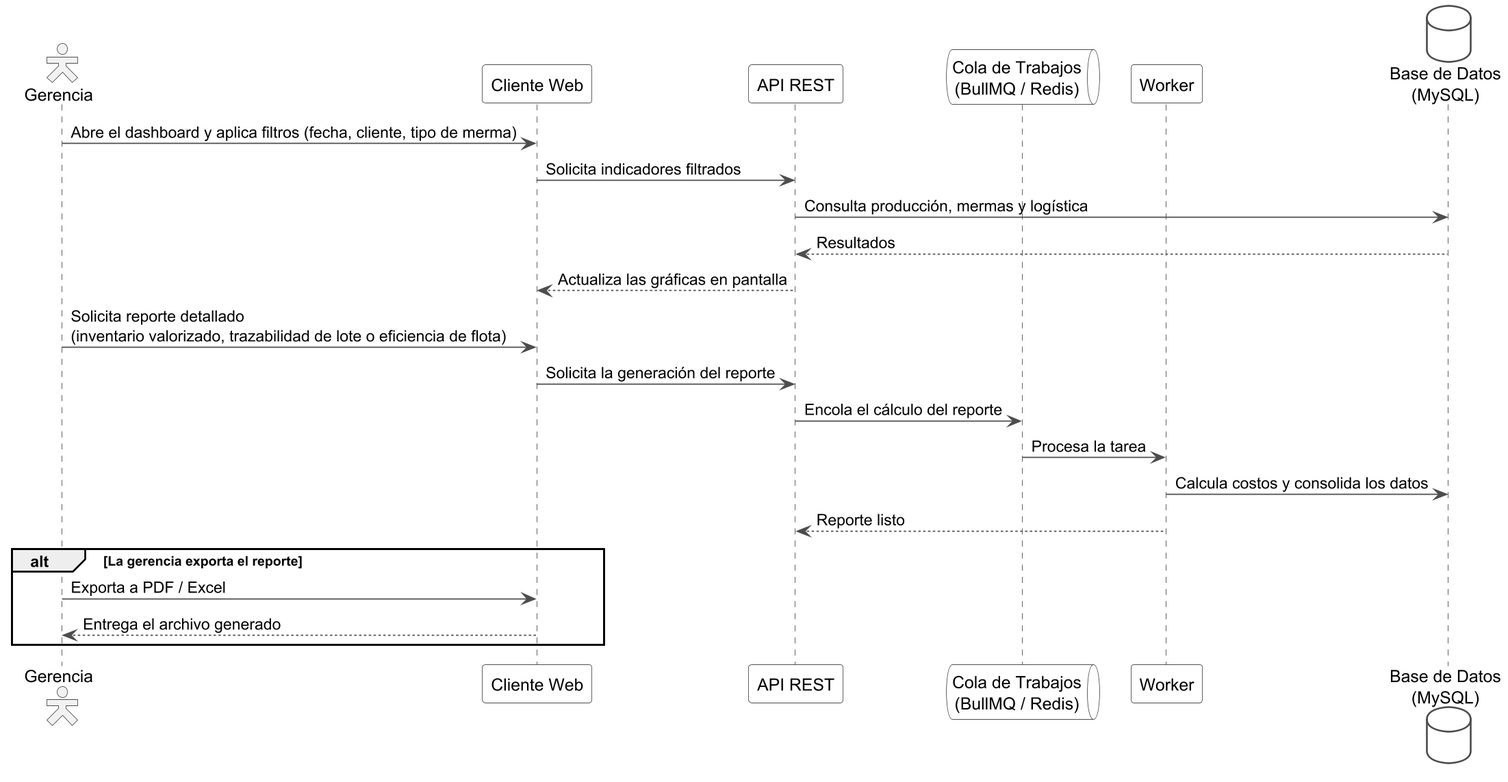
DecosUniversity/distri_yaneth_backend keeps this PlantUML diagram as diagramas/iteraciones/iteracion5_secuencia.png. Above is the earlier version. The source it was exported from:
```plantuml
@startuml iteracion5_secuencia
skinparamlocked dpi 170
skinparam shadowing false
skinparam actorStyle hollow
skinparam sequence {
  ArrowColor #4D4D4D
  LifeLineBorderColor #4D4D4D
  LifeLineBackgroundColor #F7F7F7
  ParticipantBorderColor #4D4D4D
  ParticipantBackgroundColor #FFFFFF
  ActorBorderColor #4D4D4D
  ActorBackgroundColor #F2F2F2
}
skinparam databaseBorderColor #4D4D4D
skinparam databaseBackgroundColor #FFFFFF
skinparam queueBorderColor #4D4D4D
skinparam queueBackgroundColor #FFFFFF

actor "Gerencia" as G
participant "Cliente Web" as CW
participant "API REST" as API
queue "Cola de Trabajos\n(BullMQ / Redis)" as Q
participant "Worker" as W
database "Base de Datos\n(MySQL)" as DB

G -> CW : Abre el dashboard y aplica filtros (fecha, cliente, tipo de merma)
CW -> API : Solicita indicadores filtrados
API -> DB : Consulta producción, mermas y logística
DB --> API : Resultados
API --> CW : Actualiza las gráficas en pantalla

G -> CW : Solicita reporte detallado\n(inventario valorizado, trazabilidad de lote o eficiencia de flota)
CW -> API : Solicita la generación del reporte
API -> Q : Encola el cálculo del reporte
Q -> W : Procesa la tarea
W -> DB : Calcula costos y consolida los datos
W --> API : Reporte listo

alt La gerencia exporta el reporte
  G -> CW : Exporta a PDF / Excel
  CW --> G : Entrega el archivo generado
end

@enduml
```
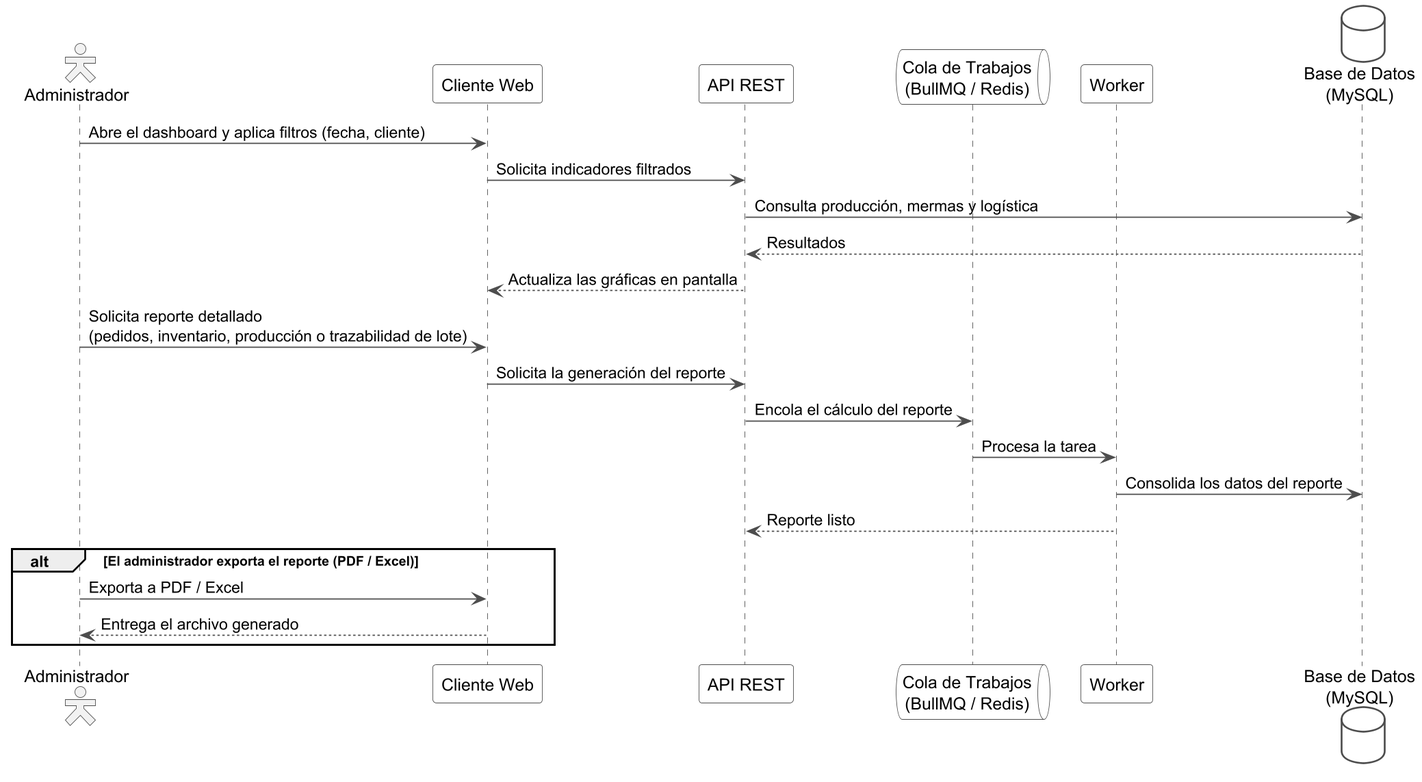
Later version of the same file.

What changed in the source:
```diff
@@ -16,27 +16,27 @@
 skinparam queueBorderColor #4D4D4D
 skinparam queueBackgroundColor #FFFFFF
 
-actor "Gerencia" as G
+actor "Administrador" as G
 participant "Cliente Web" as CW
 participant "API REST" as API
 queue "Cola de Trabajos\n(BullMQ / Redis)" as Q
 participant "Worker" as W
 database "Base de Datos\n(MySQL)" as DB
 
-G -> CW : Abre el dashboard y aplica filtros (fecha, cliente, tipo de merma)
+G -> CW : Abre el dashboard y aplica filtros (fecha, cliente)
 CW -> API : Solicita indicadores filtrados
 API -> DB : Consulta producción, mermas y logística
 DB --> API : Resultados
 API --> CW : Actualiza las gráficas en pantalla
 
-G -> CW : Solicita reporte detallado\n(inventario valorizado, trazabilidad de lote o eficiencia de flota)
+G -> CW : Solicita reporte detallado\n(pedidos, inventario, producción o trazabilidad de lote)
 CW -> API : Solicita la generación del reporte
 API -> Q : Encola el cálculo del reporte
 Q -> W : Procesa la tarea
-W -> DB : Calcula costos y consolida los datos
+W -> DB : Consolida los datos del reporte
 W --> API : Reporte listo
 
-alt La gerencia exporta el reporte
+alt El administrador exporta el reporte (PDF / Excel)
   G -> CW : Exporta a PDF / Excel
   CW --> G : Entrega el archivo generado
 end
```
